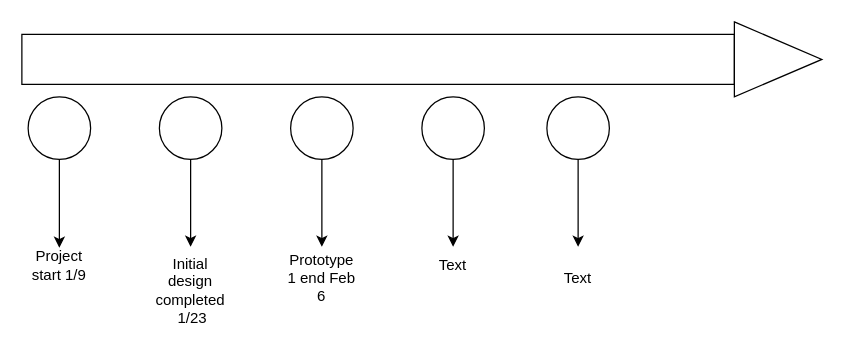
Above: design_documents/timeline.drawio in SpicyChicken6/Common_metabolomics-data-analysis_tasks (draw.io), before the change. Source tidied: cells renumbered, new cells numbered last; positions are measured from the earlier drawing's top-left corner, leaving out a move shared by most shapes. Both pictures are drawn from the tidied source at 125%, with x=0, y=0 at pixel (21, 21).
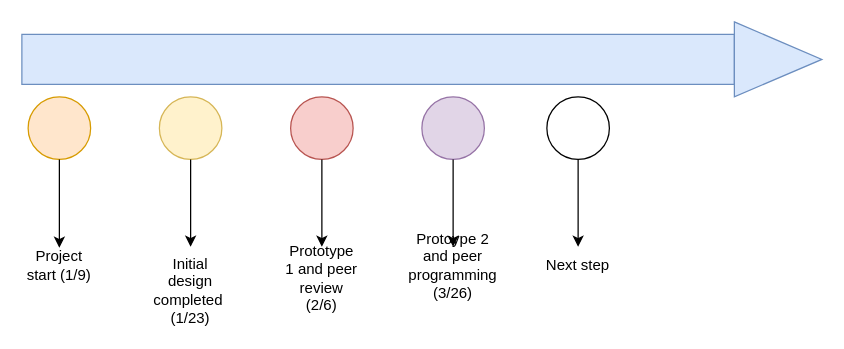
The same page after the edit.

Change to the diagram source:
```diff
@@
-    <mxCell id="2" style="rounded=0;whiteSpace=wrap;html=1;" parent="1" vertex="1">
+    <mxCell id="2" style="rounded=0;whiteSpace=wrap;html=1;fillColor=#dae8fc;strokeColor=#6c8ebf;" parent="1" vertex="1">
       <mxGeometry y="10" width="570" height="40" as="geometry" />
     </mxCell>
-    <mxCell id="3" style="triangle;whiteSpace=wrap;html=1;" parent="1" vertex="1">
+    <mxCell id="3" style="triangle;whiteSpace=wrap;html=1;fillColor=#dae8fc;strokeColor=#6c8ebf;" parent="1" vertex="1">
       <mxGeometry x="570" width="70" height="60" as="geometry" />
     </mxCell>
-    <mxCell id="4" style="ellipse;whiteSpace=wrap;html=1;" parent="1" vertex="1">
+    <mxCell id="4" style="ellipse;whiteSpace=wrap;html=1;fillColor=#ffe6cc;strokeColor=#d79b00;" parent="1" vertex="1">
       <mxGeometry x="5" y="60" width="50" height="50" as="geometry" />
     </mxCell>
-    <mxCell id="5" style="ellipse;whiteSpace=wrap;html=1;" parent="1" vertex="1">
+    <mxCell id="5" style="ellipse;whiteSpace=wrap;html=1;fillColor=#fff2cc;strokeColor=#d6b656;" parent="1" vertex="1">
       <mxGeometry x="110" y="60" width="50" height="50" as="geometry" />
     </mxCell>
-    <mxCell id="6" style="ellipse;whiteSpace=wrap;html=1;" parent="1" vertex="1">
+    <mxCell id="6" style="ellipse;whiteSpace=wrap;html=1;fillColor=#f8cecc;strokeColor=#b85450;" parent="1" vertex="1">
       <mxGeometry x="215" y="60" width="50" height="50" as="geometry" />
     </mxCell>
-    <mxCell id="7" style="ellipse;whiteSpace=wrap;html=1;" parent="1" vertex="1">
+    <mxCell id="7" style="ellipse;whiteSpace=wrap;html=1;fillColor=#e1d5e7;strokeColor=#9673a6;" parent="1" vertex="1">
       <mxGeometry x="320" y="60" width="50" height="50" as="geometry" />
     </mxCell>
@@
-    <mxCell id="14" value="Project start 1/9" style="text;html=1;strokeColor=none;fillColor=none;align=center;verticalAlign=middle;whiteSpace=wrap;rounded=0;" parent="1" vertex="1">
+    <mxCell id="14" value="Project start (1/9)" style="text;html=1;strokeColor=none;fillColor=none;align=center;verticalAlign=middle;whiteSpace=wrap;rounded=0;" parent="1" vertex="1">
       <mxGeometry y="180" width="60" height="30" as="geometry" />
     </mxCell>
-    <mxCell id="15" value="Initial design completed &amp;nbsp;1/23" style="text;html=1;strokeColor=none;fillColor=none;align=center;verticalAlign=middle;whiteSpace=wrap;rounded=0;" parent="1" vertex="1">
+    <mxCell id="15" value="Initial design completed&amp;nbsp; (1/23)" style="text;html=1;strokeColor=none;fillColor=none;align=center;verticalAlign=middle;whiteSpace=wrap;rounded=0;" parent="1" vertex="1">
       <mxGeometry x="105" y="200" width="60" height="30" as="geometry" />
     </mxCell>
-    <mxCell id="16" value="Text" style="text;html=1;strokeColor=none;fillColor=none;align=center;verticalAlign=middle;whiteSpace=wrap;rounded=0;" parent="1" vertex="1">
+    <mxCell id="16" value="Protoype 2 and peer programming (3/26)" style="text;html=1;strokeColor=none;fillColor=none;align=center;verticalAlign=middle;whiteSpace=wrap;rounded=0;" parent="1" vertex="1">
       <mxGeometry x="315" y="180" width="60" height="30" as="geometry" />
     </mxCell>
-    <mxCell id="17" value="Text" style="text;html=1;strokeColor=none;fillColor=none;align=center;verticalAlign=middle;whiteSpace=wrap;rounded=0;" parent="1" vertex="1">
-      <mxGeometry x="415" y="190" width="60" height="30" as="geometry" />
+    <mxCell id="17" value="Next step" style="text;html=1;strokeColor=none;fillColor=none;align=center;verticalAlign=middle;whiteSpace=wrap;rounded=0;" parent="1" vertex="1">
+      <mxGeometry x="415" y="180" width="60" height="30" as="geometry" />
     </mxCell>
-    <mxCell id="18" value="Prototype 1 end Feb 6" style="text;html=1;strokeColor=none;fillColor=none;align=center;verticalAlign=middle;whiteSpace=wrap;rounded=0;" parent="1" vertex="1">
+    <mxCell id="18" value="Prototype 1 and peer review (2/6)" style="text;html=1;strokeColor=none;fillColor=none;align=center;verticalAlign=middle;whiteSpace=wrap;rounded=0;" parent="1" vertex="1">
       <mxGeometry x="210" y="190" width="60" height="30" as="geometry" />
     </mxCell>
```
